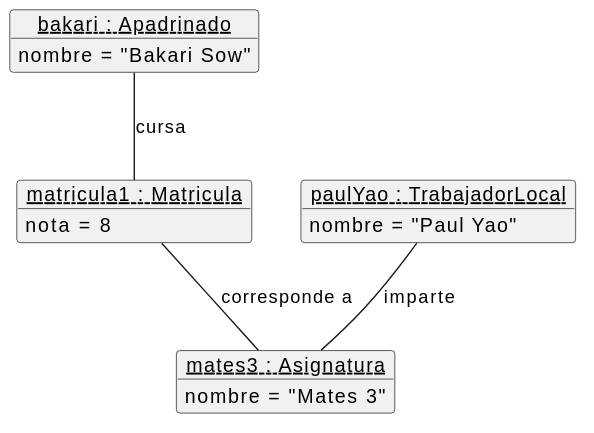
Above: escenarios/images/escenario2.svg in albporfer1-64/Grupo_Proyecto_DB (PlantUML), before the change.
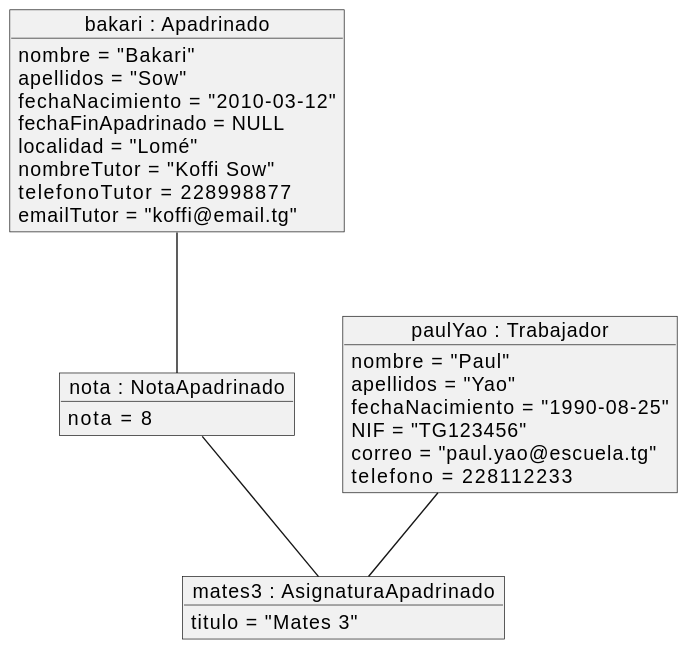
After the change.

Diff of the diagram source:
```diff
@@ -1,21 +1,30 @@
 @startuml
-object "<u>bakari : Apadrinado</u>" as bakari {
-  nombre = "Bakari Sow"
+object "bakari : Apadrinado" as bakari {
+  nombre = "Bakari"
+  apellidos = "Sow"
+  fechaNacimiento = "2010-03-12"
+  fechaFinApadrinado = NULL
+  localidad = "Lomé"
+  nombreTutor = "Koffi Sow"
+  telefonoTutor = 228998877
+  emailTutor = "koffi@email.tg"
 }
-
-object "<u>paulYao : TrabajadorLocal</u>" as paulYao {
-  nombre = "Paul Yao"
+object "paulYao : Trabajador" as paulYao {
+  nombre = "Paul"
+  apellidos = "Yao"
+  fechaNacimiento = "1990-08-25"
+  NIF = "TG123456"
+  correo = "paul.yao@escuela.tg"
+  telefono = 228112233
 }
-
-object "<u>mates3 : Asignatura</u>" as mates3 {
-  nombre = "Mates 3"
+object "mates3 : AsignaturaApadrinado" as mates3 {
+  titulo = "Mates 3"
 }
-
-object "<u>matricula1 : Matricula</u>" as matricula1 {
+object "nota : NotaApadrinado" as nota {
   nota = 8
 }
 
-paulYao -- mates3 : imparte
-bakari -- matricula1 : cursa
-matricula1 -- mates3 : corresponde a
+paulYao -- mates3
+bakari -- nota
+nota -- mates3
 @enduml
```
